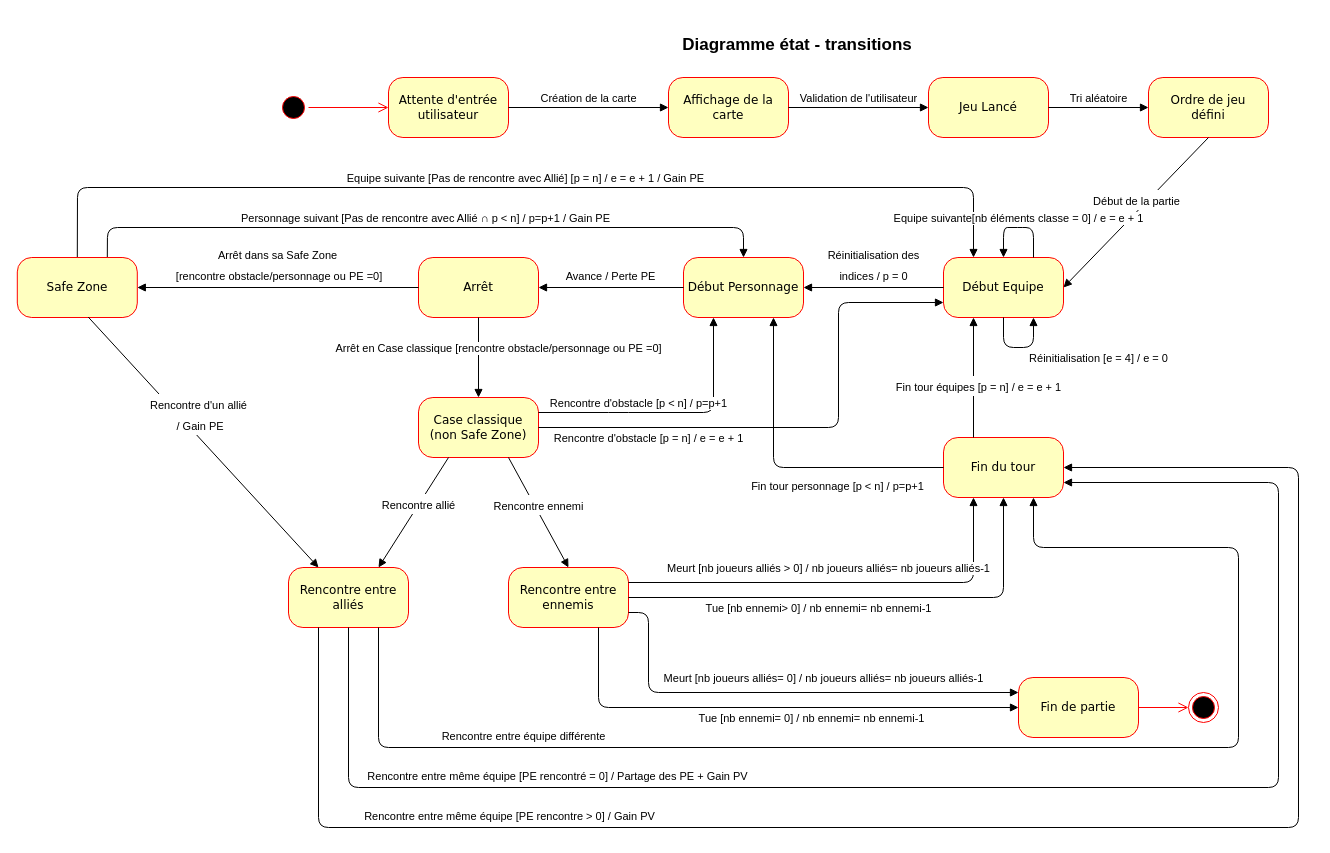
agenceDEVI/ConceptObjet keeps this draw.io diagram as diagramme_etat_transition.drawio. Above is the earlier version. Source tidied: cells renumbered, new cells numbered last; positions are measured from the earlier drawing's top-left corner, leaving out a move shared by most shapes. Both pictures are drawn from the tidied source at 100%, with x=0, y=0 at pixel (17, 17).
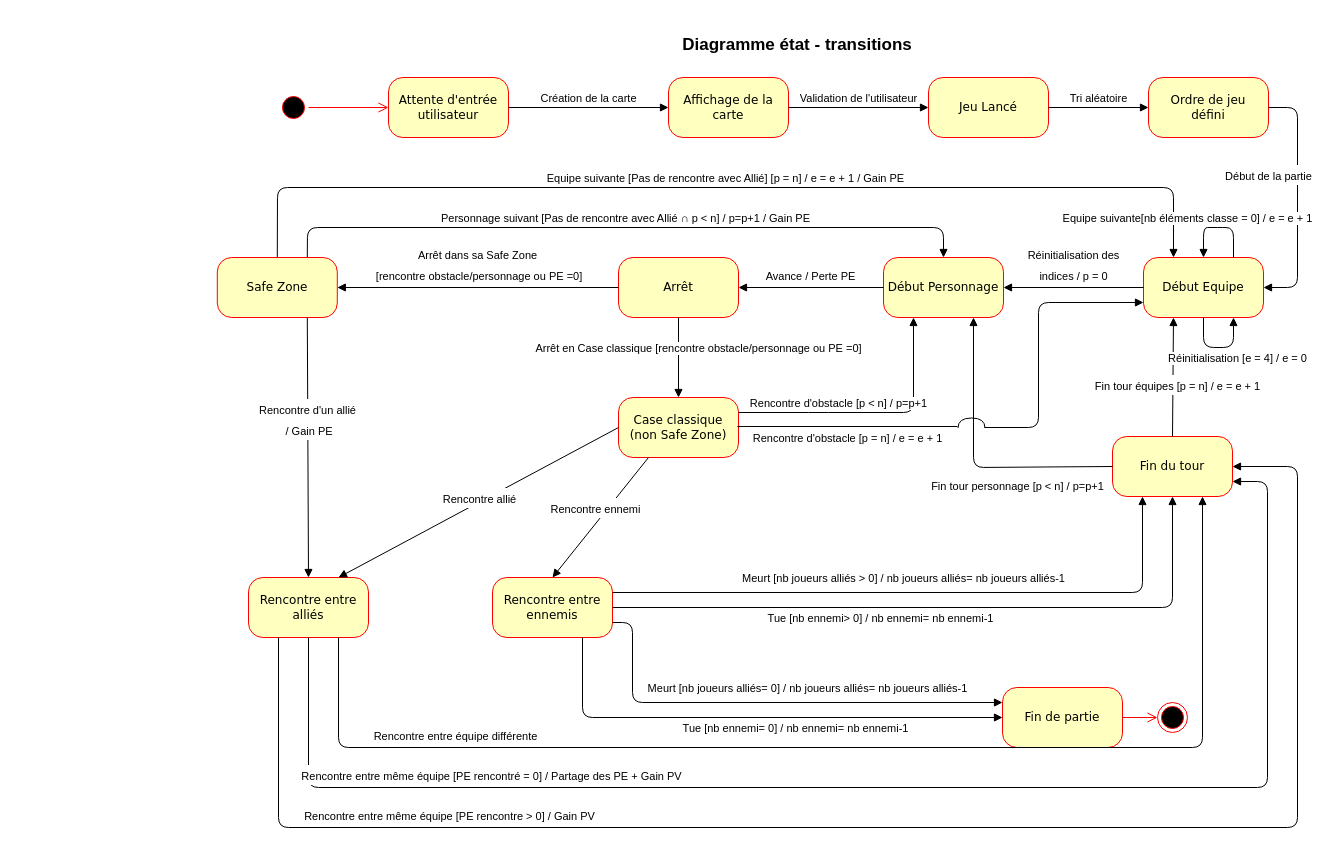
Above is the later version.

Unchanged cells that the change refers to:
```xml
<mxCell id="11" value="&lt;div&gt;Ordre de jeu &lt;br&gt;&lt;/div&gt;&lt;div&gt;défini&lt;/div&gt;" style="rounded=1;whiteSpace=wrap;html=1;arcSize=24;fillColor=#ffffc0;strokeColor=#ff0000;shadow=0;comic=0;labelBackgroundColor=none;fontFamily=Verdana;fontSize=12;fontColor=#000000;align=center;" parent="1" vertex="1">
  <mxGeometry x="1131" y="60" width="120" height="60" as="geometry" />
</mxCell>
```

Change to the diagram source:
```diff
@@
     <mxCell id="5" value="Case classique (non Safe Zone)" style="rounded=1;whiteSpace=wrap;html=1;arcSize=24;fillColor=#ffffc0;strokeColor=#ff0000;shadow=0;comic=0;labelBackgroundColor=none;fontFamily=Verdana;fontSize=12;fontColor=#000000;align=center;" parent="1" vertex="1">
-      <mxGeometry x="401" y="380" width="120" height="60" as="geometry" />
+      <mxGeometry x="601" y="380" width="120" height="60" as="geometry" />
     </mxCell>
@@
     <mxCell id="13" value="Début Equipe" style="rounded=1;whiteSpace=wrap;html=1;arcSize=24;fillColor=#ffffc0;strokeColor=#ff0000;shadow=0;comic=0;labelBackgroundColor=none;fontFamily=Verdana;fontSize=12;fontColor=#000000;align=center;" parent="1" vertex="1">
-      <mxGeometry x="926" y="240" width="120" height="60" as="geometry" />
+      <mxGeometry x="1126" y="240" width="120" height="60" as="geometry" />
     </mxCell>
-    <mxCell id="14" value="&lt;font style=&quot;font-size: 11px&quot;&gt;Début de la partie&lt;/font&gt;" style="html=1;verticalAlign=bottom;endArrow=block;fontSize=17;entryX=1;entryY=0.5;entryDx=0;entryDy=0;exitX=0.5;exitY=1;exitDx=0;exitDy=0;" parent="1" edge="1" source="11" target="13">
-      <mxGeometry relative="1" as="geometry" />
+    <mxCell id="14" value="&lt;font style=&quot;font-size: 11px&quot;&gt;Début de la partie&lt;/font&gt;" style="html=1;verticalAlign=bottom;endArrow=block;fontSize=17;entryX=1;entryY=0.5;entryDx=0;entryDy=0;exitX=1;exitY=0.5;exitDx=0;exitDy=0;" parent="1" edge="1" source="11" target="13">
+      <mxGeometry x="-0.1" y="-29" relative="1" as="geometry">
+        <Array as="points">
+          <mxPoint x="1280" y="90" />
+          <mxPoint x="1280" y="270" />
+        </Array>
+      </mxGeometry>
     </mxCell>
     <mxCell id="15" value="&lt;div&gt;Début Personnage&lt;/div&gt;" style="rounded=1;whiteSpace=wrap;html=1;arcSize=24;fillColor=#ffffc0;strokeColor=#ff0000;shadow=0;comic=0;labelBackgroundColor=none;fontFamily=Verdana;fontSize=12;fontColor=#000000;align=center;" parent="1" vertex="1">
-      <mxGeometry x="666" y="240" width="120" height="60" as="geometry" />
+      <mxGeometry x="866" y="240" width="120" height="60" as="geometry" />
     </mxCell>
@@
     <mxCell id="17" value="Arrêt" style="rounded=1;whiteSpace=wrap;html=1;arcSize=24;fillColor=#ffffc0;strokeColor=#ff0000;shadow=0;comic=0;labelBackgroundColor=none;fontFamily=Verdana;fontSize=12;fontColor=#000000;align=center;" parent="1" vertex="1">
-      <mxGeometry x="401" y="240" width="120" height="60" as="geometry" />
+      <mxGeometry x="601" y="240" width="120" height="60" as="geometry" />
     </mxCell>
@@
     <mxCell id="19" value="Equipe suivante [Pas de rencontre avec Allié] &lt;font style=&quot;font-size: 11px&quot;&gt;[p = n] / e = e + 1 / Gain PE&lt;br&gt;&lt;/font&gt;" style="html=1;verticalAlign=bottom;endArrow=block;exitX=0.5;exitY=0;exitDx=0;exitDy=0;entryX=0.25;entryY=0;entryDx=0;entryDy=0;" parent="1" edge="1" source="22" target="13">
       <mxGeometry relative="1" as="geometry">
         <Array as="points">
-          <mxPoint x="60" y="170" />
-          <mxPoint x="956" y="170" />
+          <mxPoint x="260" y="170" />
+          <mxPoint x="1156" y="170" />
         </Array>
       </mxGeometry>
     </mxCell>
     <mxCell id="20" value="&lt;div&gt;Personnage suivant [Pas de rencontre avec Allié &lt;span class=&quot;ILfuVd&quot;&gt;&lt;span class=&quot;e24Kjd&quot;&gt;∩ &lt;/span&gt;&lt;/span&gt;&lt;font style=&quot;font-size: 11px&quot;&gt;p &amp;lt; n] / p=p+1 / Gain PE&lt;br&gt;&lt;/font&gt;&lt;/div&gt;" style="html=1;verticalAlign=bottom;endArrow=block;exitX=0.75;exitY=0;exitDx=0;exitDy=0;entryX=0.5;entryY=0;entryDx=0;entryDy=0;" parent="1" edge="1" source="22" target="15">
       <mxGeometry relative="1" as="geometry">
         <Array as="points">
-          <mxPoint x="90" y="210" />
-          <mxPoint x="726" y="210" />
+          <mxPoint x="290" y="210" />
+          <mxPoint x="926" y="210" />
         </Array>
       </mxGeometry>
     </mxCell>
     <mxCell id="21" value="&lt;div&gt;Equipe suivante[nb éléments classe = 0] / e = e + 1&lt;/div&gt;" style="html=1;verticalAlign=bottom;endArrow=block;exitX=0.75;exitY=0;exitDx=0;exitDy=0;entryX=0.5;entryY=0;entryDx=0;entryDy=0;" parent="1" edge="1" source="13" target="13">
-      <mxGeometry relative="1" as="geometry">
+      <mxGeometry x="0.33" y="-16" relative="1" as="geometry">
         <Array as="points">
-          <mxPoint x="1016" y="210" />
-          <mxPoint x="1001" y="210" />
-          <mxPoint x="986" y="210" />
+          <mxPoint x="1216" y="210" />
+          <mxPoint x="1201" y="210" />
+          <mxPoint x="1186" y="210" />
         </Array>
       </mxGeometry>
     </mxCell>
     <mxCell id="22" value="&lt;div&gt;Safe Zone&lt;/div&gt;" style="rounded=1;whiteSpace=wrap;html=1;arcSize=24;fillColor=#ffffc0;strokeColor=#ff0000;shadow=0;comic=0;labelBackgroundColor=none;fontFamily=Verdana;fontSize=12;fontColor=#000000;align=center;" parent="1" vertex="1">
-      <mxGeometry x="-0.2" y="240" width="120" height="60" as="geometry" />
+      <mxGeometry x="199.8" y="240" width="120" height="60" as="geometry" />
     </mxCell>
@@
-    <mxCell id="25" value="&lt;font style=&quot;font-size: 11px&quot;&gt;Rencontre d'un allié&lt;br&gt;&lt;/font&gt;&lt;font style=&quot;font-size: 11px&quot;&gt;&amp;nbsp;/ Gain PE&lt;br&gt;&lt;/font&gt;" style="html=1;verticalAlign=bottom;endArrow=block;fontSize=17;exitX=0.591;exitY=0.992;exitDx=0;exitDy=0;entryX=0.25;entryY=0;entryDx=0;entryDy=0;exitPerimeter=0;" parent="1" edge="1" source="22" target="27">
+    <mxCell id="25" value="&lt;font style=&quot;font-size: 11px&quot;&gt;Rencontre d'un allié&lt;br&gt;&lt;/font&gt;&lt;font style=&quot;font-size: 11px&quot;&gt;&amp;nbsp;/ Gain PE&lt;br&gt;&lt;/font&gt;" style="html=1;verticalAlign=bottom;endArrow=block;fontSize=17;exitX=0.75;exitY=1;exitDx=0;exitDy=0;entryX=0.5;entryY=0;entryDx=0;entryDy=0;" parent="1" edge="1" source="22" target="27">
       <mxGeometry x="-0.04" relative="1" as="geometry" />
     </mxCell>
     <mxCell id="26" value="Rencontre entre ennemis" style="rounded=1;whiteSpace=wrap;html=1;arcSize=24;fillColor=#ffffc0;strokeColor=#ff0000;shadow=0;comic=0;labelBackgroundColor=none;fontFamily=Verdana;fontSize=12;fontColor=#000000;align=center;" parent="1" vertex="1">
-      <mxGeometry x="491" y="550" width="120" height="60" as="geometry" />
+      <mxGeometry x="475" y="560" width="120" height="60" as="geometry" />
     </mxCell>
     <mxCell id="27" value="Rencontre entre alliés" style="rounded=1;whiteSpace=wrap;html=1;arcSize=24;fillColor=#ffffc0;strokeColor=#ff0000;shadow=0;comic=0;labelBackgroundColor=none;fontFamily=Verdana;fontSize=12;fontColor=#000000;align=center;" parent="1" vertex="1">
-      <mxGeometry x="271" y="550" width="120" height="60" as="geometry" />
+      <mxGeometry x="231" y="560" width="120" height="60" as="geometry" />
     </mxCell>
     <mxCell id="28" value="Fin du tour" style="rounded=1;whiteSpace=wrap;html=1;arcSize=24;fillColor=#ffffc0;strokeColor=#ff0000;shadow=0;comic=0;labelBackgroundColor=none;fontFamily=Verdana;fontSize=12;fontColor=#000000;align=center;" parent="1" vertex="1">
-      <mxGeometry x="926" y="420" width="120" height="60" as="geometry" />
+      <mxGeometry x="1095" y="419" width="120" height="60" as="geometry" />
     </mxCell>
     <mxCell id="29" value="Fin de partie" style="rounded=1;whiteSpace=wrap;html=1;arcSize=24;fillColor=#ffffc0;strokeColor=#ff0000;shadow=0;comic=0;labelBackgroundColor=none;fontFamily=Verdana;fontSize=12;fontColor=#000000;align=center;" parent="1" vertex="1">
-      <mxGeometry x="1001" y="660" width="120" height="60" as="geometry" />
+      <mxGeometry x="985" y="670" width="120" height="60" as="geometry" />
     </mxCell>
-    <mxCell id="30" value="&lt;font style=&quot;font-size: 11px&quot;&gt;Rencontre allié&lt;br&gt;&lt;/font&gt;" style="html=1;verticalAlign=bottom;endArrow=block;fontSize=17;entryX=0.75;entryY=0;entryDx=0;entryDy=0;exitX=0.25;exitY=1;exitDx=0;exitDy=0;" parent="1" edge="1" source="5" target="27">
+    <mxCell id="30" value="&lt;font style=&quot;font-size: 11px&quot;&gt;Rencontre allié&lt;br&gt;&lt;/font&gt;" style="html=1;verticalAlign=bottom;endArrow=block;fontSize=17;entryX=0.75;entryY=0;entryDx=0;entryDy=0;exitX=0;exitY=0.5;exitDx=0;exitDy=0;" parent="1" edge="1" source="5" target="27">
       <mxGeometry x="0.02" y="7" relative="1" as="geometry" />
     </mxCell>
-    <mxCell id="31" value="&lt;font style=&quot;font-size: 11px&quot;&gt;Rencontre ennemi&lt;br&gt;&lt;/font&gt;" style="html=1;verticalAlign=bottom;endArrow=block;fontSize=17;entryX=0.5;entryY=0;entryDx=0;entryDy=0;exitX=0.75;exitY=1;exitDx=0;exitDy=0;" parent="1" edge="1" source="5" target="26">
+    <mxCell id="31" value="&lt;font style=&quot;font-size: 11px&quot;&gt;Rencontre ennemi&lt;br&gt;&lt;/font&gt;" style="html=1;verticalAlign=bottom;endArrow=block;fontSize=17;entryX=0.5;entryY=0;entryDx=0;entryDy=0;exitX=0.25;exitY=1;exitDx=0;exitDy=0;" parent="1" edge="1" source="5" target="26">
       <mxGeometry x="0.07" y="-2" relative="1" as="geometry" />
     </mxCell>
     <mxCell id="32" value="&lt;font style=&quot;font-size: 11px&quot;&gt;Fin tour personnage [p &amp;lt; n] / p=p+1&lt;br&gt;&lt;/font&gt;" style="html=1;verticalAlign=bottom;endArrow=block;fontSize=17;entryX=0.75;entryY=1;entryDx=0;entryDy=0;exitX=0;exitY=0.5;exitDx=0;exitDy=0;" parent="1" edge="1" source="28" target="15">
       <mxGeometry x="-0.34" y="30" relative="1" as="geometry">
         <Array as="points">
-          <mxPoint x="756" y="450" />
+          <mxPoint x="956" y="450" />
         </Array>
       </mxGeometry>
     </mxCell>
-    <mxCell id="33" value="&lt;div&gt;&lt;font style=&quot;font-size: 11px&quot;&gt;Fin tour équipes [p = n] / e = e + 1&lt;/font&gt;&lt;/div&gt;" style="html=1;verticalAlign=bottom;endArrow=block;fontSize=17;entryX=0.25;entryY=1;entryDx=0;entryDy=0;exitX=0.25;exitY=0;exitDx=0;exitDy=0;" parent="1" edge="1" source="28" target="13">
+    <mxCell id="33" value="&lt;div&gt;&lt;font style=&quot;font-size: 11px&quot;&gt;Fin tour équipes [p = n] / e = e + 1&lt;/font&gt;&lt;/div&gt;" style="html=1;verticalAlign=bottom;endArrow=block;fontSize=17;entryX=0.25;entryY=1;entryDx=0;entryDy=0;exitX=0.5;exitY=0;exitDx=0;exitDy=0;" parent="1" edge="1" source="28" target="13">
       <mxGeometry x="-0.35" y="-5" relative="1" as="geometry" />
     </mxCell>
     <mxCell id="34" value="&lt;div style=&quot;font-size: 11px&quot;&gt;Meurt [nb joueurs alliés &amp;gt; 0] / nb joueurs alliés= nb joueurs alliés-1&lt;/div&gt;" style="html=1;verticalAlign=bottom;endArrow=block;fontSize=17;entryX=0.25;entryY=1;entryDx=0;entryDy=0;exitX=1;exitY=0.25;exitDx=0;exitDy=0;" parent="1" edge="1" source="26" target="28">
       <mxGeometry x="-0.07" y="5" relative="1" as="geometry">
         <Array as="points">
-          <mxPoint x="956" y="565" />
+          <mxPoint x="1125" y="575" />
         </Array>
       </mxGeometry>
     </mxCell>
     <mxCell id="35" value="&lt;div&gt;&lt;font style=&quot;font-size: 11px&quot;&gt;Rencontre entre même équipe [PE rencontré = 0] / Partage des PE + Gain PV&lt;br&gt;&lt;/font&gt;&lt;/div&gt;" style="html=1;verticalAlign=bottom;endArrow=block;fontSize=17;exitX=0.5;exitY=1;exitDx=0;exitDy=0;entryX=1;entryY=0.75;entryDx=0;entryDy=0;" parent="1" edge="1" source="27" target="28">
       <mxGeometry x="-0.54" relative="1" as="geometry">
         <Array as="points">
-          <mxPoint x="331" y="770" />
-          <mxPoint x="1261" y="770" />
-          <mxPoint x="1261" y="465" />
+          <mxPoint x="291" y="770" />
+          <mxPoint x="1250" y="770" />
+          <mxPoint x="1250" y="464" />
         </Array>
         <mxPoint x="-1" as="offset" />
       </mxGeometry>
     </mxCell>
     <mxCell id="36" value="&lt;div style=&quot;font-size: 11px&quot;&gt;Tue [nb ennemi&amp;gt; 0] / nb ennemi= nb ennemi-1&lt;/div&gt;" style="html=1;verticalAlign=bottom;endArrow=block;fontSize=17;exitX=1;exitY=0.5;exitDx=0;exitDy=0;entryX=0.5;entryY=1;entryDx=0;entryDy=0;" parent="1" edge="1" source="26" target="28">
       <mxGeometry x="-0.2" y="-20" relative="1" as="geometry">
         <Array as="points">
-          <mxPoint x="986" y="580" />
+          <mxPoint x="1155" y="590" />
         </Array>
       </mxGeometry>
     </mxCell>
     <mxCell id="37" value="&lt;div style=&quot;font-size: 11px&quot;&gt;Tue [nb ennemi= 0] / nb ennemi= nb ennemi-1&lt;/div&gt;" style="html=1;verticalAlign=bottom;endArrow=block;fontSize=17;entryX=0;entryY=0.5;entryDx=0;entryDy=0;exitX=0.75;exitY=1;exitDx=0;exitDy=0;" parent="1" edge="1" source="26" target="29">
       <mxGeometry x="0.17" y="-20" relative="1" as="geometry">
         <Array as="points">
-          <mxPoint x="581" y="690" />
+          <mxPoint x="565" y="700" />
         </Array>
       </mxGeometry>
     </mxCell>
     <mxCell id="38" value="&lt;div style=&quot;font-size: 11px&quot;&gt;Meurt [nb joueurs alliés= 0] / nb joueurs alliés= nb joueurs alliés-1&lt;/div&gt;" style="html=1;verticalAlign=bottom;endArrow=block;fontSize=17;entryX=0;entryY=0.25;entryDx=0;entryDy=0;exitX=1;exitY=0.75;exitDx=0;exitDy=0;" parent="1" edge="1" source="26" target="29">
       <mxGeometry x="0.17" y="5" relative="1" as="geometry">
         <Array as="points">
-          <mxPoint x="631" y="595" />
-          <mxPoint x="631" y="675" />
+          <mxPoint x="615" y="605" />
+          <mxPoint x="615" y="685" />
         </Array>
       </mxGeometry>
     </mxCell>
     <mxCell id="39" style="ellipse;html=1;shape=endState;fillColor=#000000;strokeColor=#ff0000;" parent="1" vertex="1">
-      <mxGeometry x="1171" y="675" width="30" height="30" as="geometry" />
+      <mxGeometry x="1140" y="685" width="30" height="30" as="geometry" />
     </mxCell>
@@
     <mxCell id="41" value="&lt;div style=&quot;font-size: 11px&quot;&gt;&lt;font style=&quot;font-size: 11px&quot;&gt;Réinitialisation [e = 4] / e = 0&lt;/font&gt;&lt;/div&gt;" style="html=1;verticalAlign=bottom;endArrow=block;fontSize=17;entryX=0.75;entryY=1;entryDx=0;entryDy=0;exitX=0.5;exitY=1;exitDx=0;exitDy=0;" parent="1" edge="1" source="13" target="13">
-      <mxGeometry x="0.33" y="-68" relative="1" as="geometry">
+      <mxGeometry x="0.33" y="-20" relative="1" as="geometry">
         <Array as="points">
-          <mxPoint x="986" y="330" />
-          <mxPoint x="1016" y="330" />
+          <mxPoint x="1186" y="330" />
+          <mxPoint x="1216" y="330" />
         </Array>
-        <mxPoint x="-3" y="20" as="offset" />
+        <mxPoint x="-16" y="20" as="offset" />
       </mxGeometry>
     </mxCell>
     <mxCell id="42" value="&lt;div&gt;Rencontre d'obstacle &lt;font style=&quot;font-size: 11px&quot;&gt;[p &amp;lt; n] / p=p+1&lt;/font&gt;&lt;/div&gt;" style="html=1;verticalAlign=bottom;endArrow=block;exitX=1;exitY=0.25;exitDx=0;exitDy=0;entryX=0.25;entryY=1;entryDx=0;entryDy=0;" parent="1" edge="1" source="5" target="15">
       <mxGeometry x="-0.26" relative="1" as="geometry">
         <Array as="points">
-          <mxPoint x="601" y="395" />
-          <mxPoint x="696" y="395" />
+          <mxPoint x="801" y="395" />
+          <mxPoint x="896" y="395" />
         </Array>
       </mxGeometry>
     </mxCell>
-    <mxCell id="43" value="Rencontre d'obstacle &lt;font style=&quot;font-size: 11px&quot;&gt;[p = n] / e = e + 1&lt;/font&gt;" style="html=1;verticalAlign=bottom;endArrow=block;exitX=1;exitY=0.5;exitDx=0;exitDy=0;entryX=0;entryY=0.75;entryDx=0;entryDy=0;" parent="1" edge="1" source="5" target="13">
-      <mxGeometry x="-0.58" y="-20" relative="1" as="geometry">
+    <mxCell id="43" value="Rencontre d'obstacle &lt;font style=&quot;font-size: 11px&quot;&gt;[p = n] / e = e + 1&lt;/font&gt;" style="html=1;verticalAlign=bottom;endArrow=block;entryX=0;entryY=0.75;entryDx=0;entryDy=0;" parent="1" edge="1" target="13">
+      <mxGeometry x="-0.62" y="192" relative="1" as="geometry">
+        <mxPoint x="967" y="410" as="sourcePoint" />
         <Array as="points">
-          <mxPoint x="821" y="410" />
-          <mxPoint x="821" y="285" />
+          <mxPoint x="1021" y="410" />
+          <mxPoint x="1021" y="285" />
         </Array>
-        <mxPoint x="-1" as="offset" />
+        <mxPoint x="1" y="20" as="offset" />
       </mxGeometry>
     </mxCell>
     <mxCell id="44" value="&lt;font style=&quot;font-size: 11px&quot;&gt;Rencontre entre équipe différente&lt;br&gt;&lt;/font&gt;" style="html=1;verticalAlign=bottom;endArrow=block;fontSize=17;exitX=0.75;exitY=1;exitDx=0;exitDy=0;entryX=0.75;entryY=1;entryDx=0;entryDy=0;" parent="1" edge="1" source="27" target="28">
       <mxGeometry x="-0.63" relative="1" as="geometry">
         <Array as="points">
-          <mxPoint x="361" y="730" />
-          <mxPoint x="1221" y="730" />
-          <mxPoint x="1221" y="530" />
-          <mxPoint x="1016" y="530" />
+          <mxPoint x="321" y="730" />
+          <mxPoint x="1185" y="730" />
         </Array>
       </mxGeometry>
     </mxCell>
     <mxCell id="45" value="&lt;font style=&quot;font-size: 11px&quot;&gt;Rencontre entre même équipe [PE rencontre &amp;gt; 0] / Gain PV&lt;br&gt;&lt;/font&gt;" style="html=1;verticalAlign=bottom;endArrow=block;fontSize=17;exitX=0.25;exitY=1;exitDx=0;exitDy=0;entryX=1;entryY=0.5;entryDx=0;entryDy=0;" parent="1" edge="1" source="27" target="28">
       <mxGeometry x="-0.56" relative="1" as="geometry">
         <Array as="points">
-          <mxPoint x="301" y="810" />
-          <mxPoint x="1281" y="810" />
-          <mxPoint x="1281" y="450" />
+          <mxPoint x="261" y="810" />
+          <mxPoint x="1280" y="810" />
+          <mxPoint x="1280" y="449" />
         </Array>
         <mxPoint x="1" as="offset" />
       </mxGeometry>
     </mxCell>
+    <mxCell id="46" style="shape=requiredInterface;html=1;verticalLabelPosition=bottom;rotation=-90;" parent="1" vertex="1">
+      <mxGeometry x="949" y="392" width="10" height="27" as="geometry" />
+    </mxCell>
+    <mxCell id="47" style="line;strokeWidth=1;fillColor=none;align=left;verticalAlign=middle;spacingTop=-1;spacingLeft=3;spacingRight=3;labelPosition=right;" parent="1" vertex="1">
+      <mxGeometry x="720" y="405" width="220" height="8" as="geometry" />
+    </mxCell>
```
